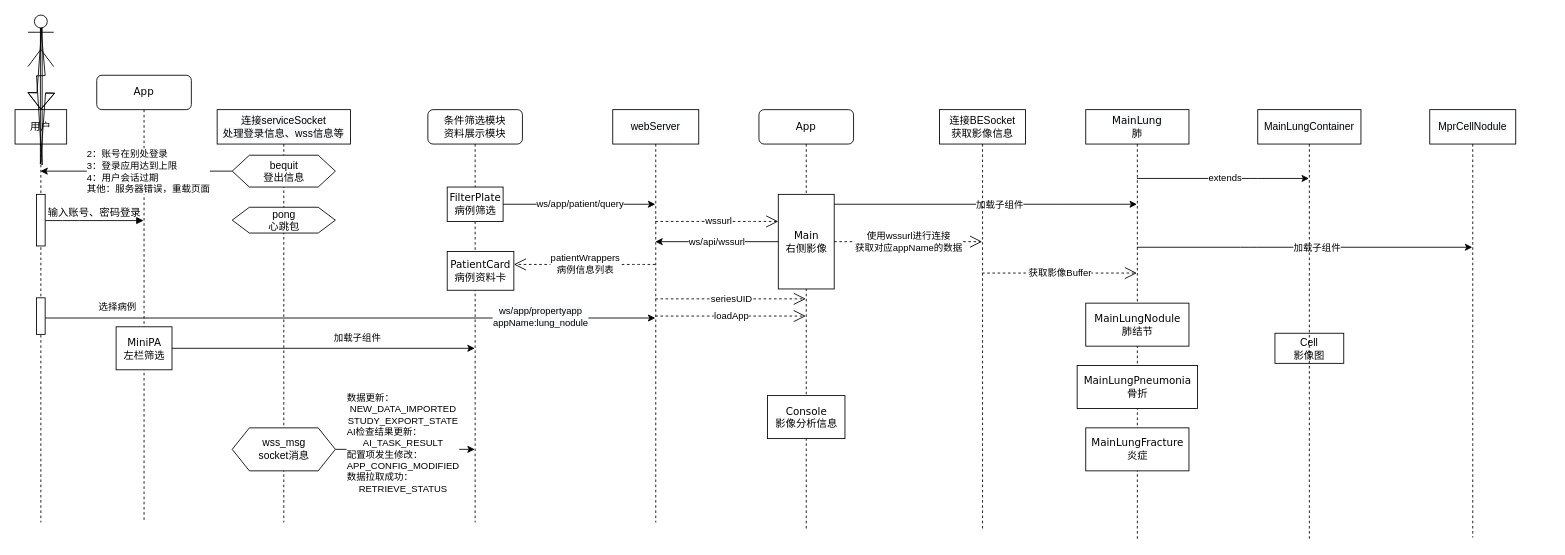
Before: Untitled Diagram.drawio in xingshijun/myBlog, a draw.io diagram. Source tidied: cells renumbered, new cells numbered last; positions are measured from the earlier drawing's top-left corner, leaving out a move shared by most shapes. Both pictures are drawn from the tidied source at 86%, with x=0, y=0 at pixel (15, 15).
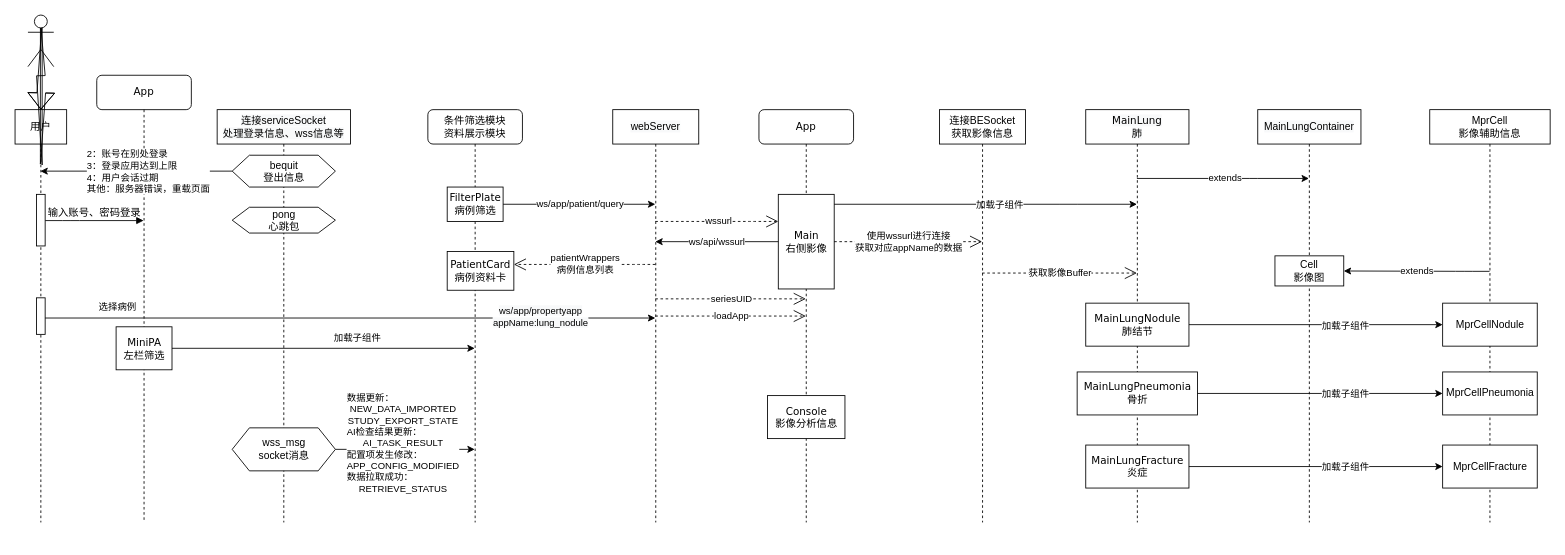
The same diagram, later.

The change refers to these unchanged cells:
```xml
<mxCell id="38" value="MainLungNodule&lt;br&gt;肺结节" style="html=1;points=[];perimeter=orthogonalPerimeter;rounded=0;shadow=0;comic=0;labelBackgroundColor=none;strokeWidth=1;fontFamily=Verdana;fontSize=12;align=center;" parent="37" vertex="1">
  <mxGeometry y="225" width="120" height="50" as="geometry" />
</mxCell>
```

What changed in the source:
```diff
@@
     <mxCell id="11" value="App" style="shape=umlLifeline;perimeter=lifelinePerimeter;whiteSpace=wrap;html=1;outlineConnect=0;rounded=1;shadow=0;comic=0;labelBackgroundColor=none;strokeWidth=1;fontFamily=Verdana;fontSize=12;align=center;" parent="1" vertex="1">
-      <mxGeometry x="865" y="110" width="110" height="490" as="geometry" />
+      <mxGeometry x="865" y="110" width="110" height="480" as="geometry" />
     </mxCell>
@@
-    <mxCell id="21" value="Cell&lt;br&gt;影像图" style="rounded=0;whiteSpace=wrap;html=1;" parent="1" vertex="1">
-      <mxGeometry x="1465" y="370" width="80" height="35" as="geometry" />
-    </mxCell>
@@
-    <mxCell id="33" style="endArrow=classic;html=1;" parent="1" edge="1" source="37" target="35">
-      <mxGeometry relative="1" as="geometry">
-        <Array as="points">
-          <mxPoint x="1435" y="270" />
-        </Array>
-      </mxGeometry>
+    <mxCell id="33" style="endArrow=classic;html=1;" parent="1" edge="1" source="38" target="52">
+      <mxGeometry relative="1" as="geometry" />
     </mxCell>
     <mxCell id="34" value="加载子组件" style="edgeLabel;html=1;align=center;verticalAlign=middle;" parent="33" vertex="1">
       <mxGeometry x="-0.14" y="-1" relative="1" as="geometry">
-        <mxPoint x="41" y="-1" as="offset" />
+        <mxPoint x="54" y="-1" as="offset" />
       </mxGeometry>
     </mxCell>
-    <mxCell id="35" value="&#10;&#10;&lt;span style=&quot;color: rgb(0, 0, 0); font-family: helvetica; font-size: 12px; font-style: normal; font-weight: 400; letter-spacing: normal; text-align: center; text-indent: 0px; text-transform: none; word-spacing: 0px; background-color: rgb(248, 249, 250); display: inline; float: none;&quot;&gt;MprCellNodule&lt;/span&gt;&#10;&#10;" style="shape=umlLifeline;perimeter=lifelinePerimeter;whiteSpace=wrap;html=1;outlineConnect=0;" parent="1" vertex="1">
-      <mxGeometry x="1645" y="110" width="100" height="497.5" as="geometry" />
+    <mxCell id="35" value="MprCell&lt;br&gt;影像辅助信息" style="shape=umlLifeline;perimeter=lifelinePerimeter;whiteSpace=wrap;html=1;outlineConnect=0;" parent="1" vertex="1">
+      <mxGeometry x="1645" y="110" width="140" height="480" as="geometry" />
     </mxCell>
+    <mxCell id="52" value="MprCellNodule" style="html=1;" parent="35" vertex="1">
+      <mxGeometry x="15" y="225" width="110" height="50" as="geometry" />
+    </mxCell>
     <mxCell id="36" value="&#10;&#10;&lt;span style=&quot;color: rgb(0, 0, 0); font-family: helvetica; font-size: 12px; font-style: normal; font-weight: 400; letter-spacing: normal; text-align: center; text-indent: 0px; text-transform: none; word-spacing: 0px; background-color: rgb(248, 249, 250); display: inline; float: none;&quot;&gt;MainLungContainer&lt;/span&gt;&#10;&#10;" style="shape=umlLifeline;perimeter=lifelinePerimeter;whiteSpace=wrap;html=1;outlineConnect=0;" parent="1" vertex="1">
-      <mxGeometry x="1445" y="110" width="120" height="500" as="geometry" />
+      <mxGeometry x="1445" y="110" width="120" height="480" as="geometry" />
     </mxCell>
+    <mxCell id="21" value="Cell&lt;br&gt;影像图" style="rounded=0;whiteSpace=wrap;html=1;" parent="36" vertex="1">
+      <mxGeometry x="20" y="170" width="80" height="35" as="geometry" />
+    </mxCell>
     <mxCell id="37" value="&#10;&#10;&lt;span style=&quot;color: rgb(0, 0, 0); font-family: verdana; font-size: 12px; font-style: normal; font-weight: 400; letter-spacing: normal; text-align: center; text-indent: 0px; text-transform: none; word-spacing: 0px; background-color: rgb(248, 249, 250); display: inline; float: none;&quot;&gt;MainLung&lt;/span&gt;&lt;br style=&quot;color: rgb(0, 0, 0); font-family: verdana; font-size: 12px; font-style: normal; font-weight: 400; letter-spacing: normal; text-align: center; text-indent: 0px; text-transform: none; word-spacing: 0px; background-color: rgb(248, 249, 250);&quot;&gt;&lt;span style=&quot;color: rgb(0, 0, 0); font-family: verdana; font-size: 12px; font-style: normal; font-weight: 400; letter-spacing: normal; text-align: center; text-indent: 0px; text-transform: none; word-spacing: 0px; background-color: rgb(248, 249, 250); display: inline; float: none;&quot;&gt;肺&lt;/span&gt;&#10;&#10;" style="shape=umlLifeline;perimeter=lifelinePerimeter;whiteSpace=wrap;html=1;outlineConnect=0;" parent="1" vertex="1">
-      <mxGeometry x="1245" y="110" width="120" height="500" as="geometry" />
+      <mxGeometry x="1245" y="110" width="120" height="480" as="geometry" />
     </mxCell>
@@
     <mxCell id="39" value="MainLungPneumonia&lt;br&gt;骨折" style="html=1;points=[];perimeter=orthogonalPerimeter;rounded=0;shadow=0;comic=0;labelBackgroundColor=none;strokeWidth=1;fontFamily=Verdana;fontSize=12;align=center;" parent="37" vertex="1">
-      <mxGeometry x="-10" y="297.5" width="140" height="50" as="geometry" />
+      <mxGeometry x="-10" y="305" width="140" height="50" as="geometry" />
     </mxCell>
     <mxCell id="40" value="MainLungFracture&lt;br&gt;炎症" style="html=1;points=[];perimeter=orthogonalPerimeter;rounded=0;shadow=0;comic=0;labelBackgroundColor=none;strokeWidth=1;fontFamily=Verdana;fontSize=12;align=center;" parent="37" vertex="1">
-      <mxGeometry y="370" width="120" height="50" as="geometry" />
+      <mxGeometry y="390" width="120" height="50" as="geometry" />
     </mxCell>
     <mxCell id="41" value="连接BESocket&lt;br&gt;获取影像信息" style="shape=umlLifeline;perimeter=lifelinePerimeter;whiteSpace=wrap;html=1;outlineConnect=0;" parent="1" vertex="1">
-      <mxGeometry x="1075" y="110" width="100" height="490" as="geometry" />
+      <mxGeometry x="1075" y="110" width="100" height="480" as="geometry" />
     </mxCell>
@@
+    <mxCell id="53" value="MprCellPneumonia" style="html=1;" parent="1" vertex="1">
+      <mxGeometry x="1660" y="415" width="110" height="50" as="geometry" />
+    </mxCell>
+    <mxCell id="54" value="MprCellFracture" style="html=1;" parent="1" vertex="1">
+      <mxGeometry x="1660" y="500" width="110" height="50" as="geometry" />
+    </mxCell>
+    <mxCell id="55" style="endArrow=classic;html=1;" parent="1" edge="1" source="39" target="53">
+      <mxGeometry relative="1" as="geometry" />
+    </mxCell>
+    <mxCell id="56" value="加载子组件" style="edgeLabel;html=1;align=center;verticalAlign=middle;" parent="55" vertex="1">
+      <mxGeometry x="-0.14" y="-1" relative="1" as="geometry">
+        <mxPoint x="48" y="-1" as="offset" />
+      </mxGeometry>
+    </mxCell>
+    <mxCell id="57" style="endArrow=classic;html=1;" parent="1" edge="1" source="40" target="54">
+      <mxGeometry relative="1" as="geometry" />
+    </mxCell>
+    <mxCell id="58" value="加载子组件" style="edgeLabel;html=1;align=center;verticalAlign=middle;" parent="57" vertex="1">
+      <mxGeometry x="-0.14" y="-1" relative="1" as="geometry">
+        <mxPoint x="54" y="-1" as="offset" />
+      </mxGeometry>
+    </mxCell>
+    <mxCell id="59" value="extends" style="endArrow=classic;html=1;" parent="1" edge="1" source="35" target="21">
+      <mxGeometry x="0.01" relative="1" as="geometry">
+        <Array as="points">
+          <mxPoint x="1685" y="298" />
+        </Array>
+        <mxPoint x="1" as="offset" />
+      </mxGeometry>
+    </mxCell>
```
